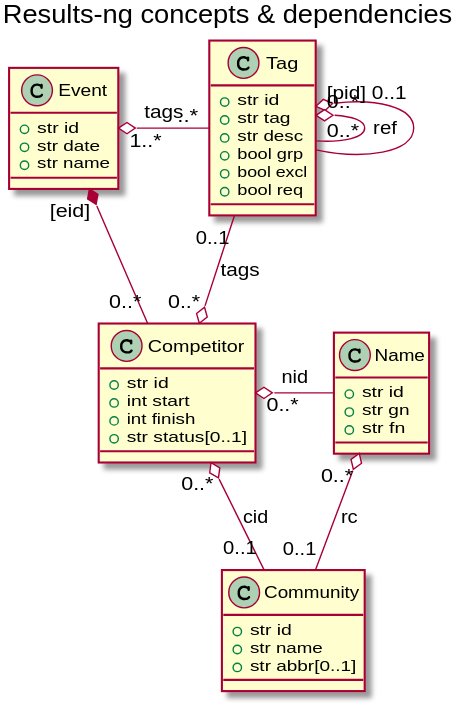
This is classes.svg from jjojala/results, a PlantUML export, as it was before one commit.
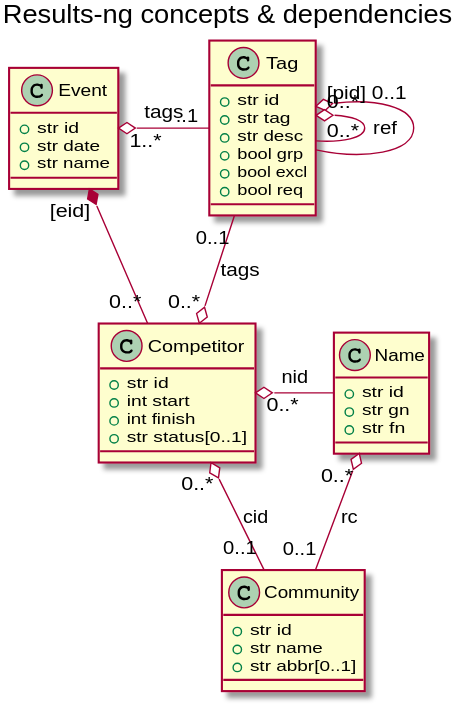
Later version of the same file.

Commit message:
Fixed relation between Event and Tag in class diagram in accordance with the concept of scope.

Change to the diagram source:
```diff
@@ -6,7 +6,7 @@
   +str date
   +str name
 }
-Event "1..*" o-right- "..*" Tag:tags
+Event "1..*" o-right- "..1" Tag:tags
 Event "[eid]" *-down- "0..*" Competitor
 
 class Tag {
```
